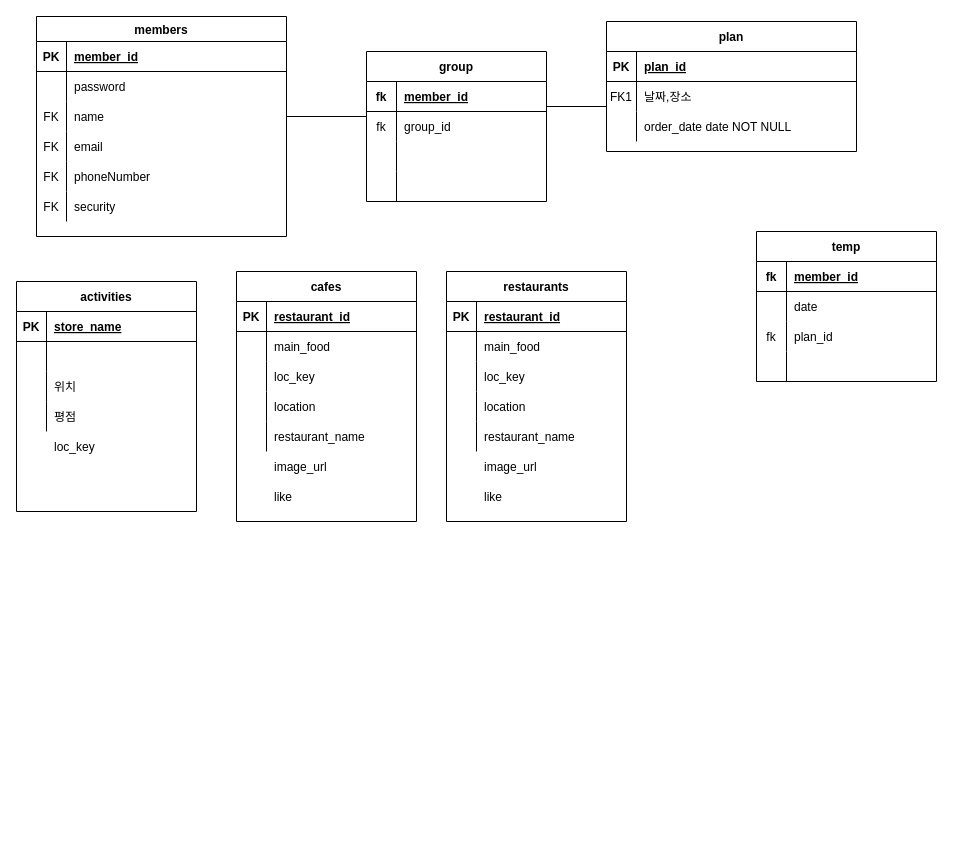
Above: Untitled Diagram.drawio in e-juhee/makeaplanWeb (draw.io), before the change. Source tidied: cells renumbered, new cells numbered last; positions are measured from the earlier drawing's top-left corner, leaving out a move shared by most shapes. Both pictures are drawn from the tidied source at 100%, with x=0, y=0 at pixel (16, 16).
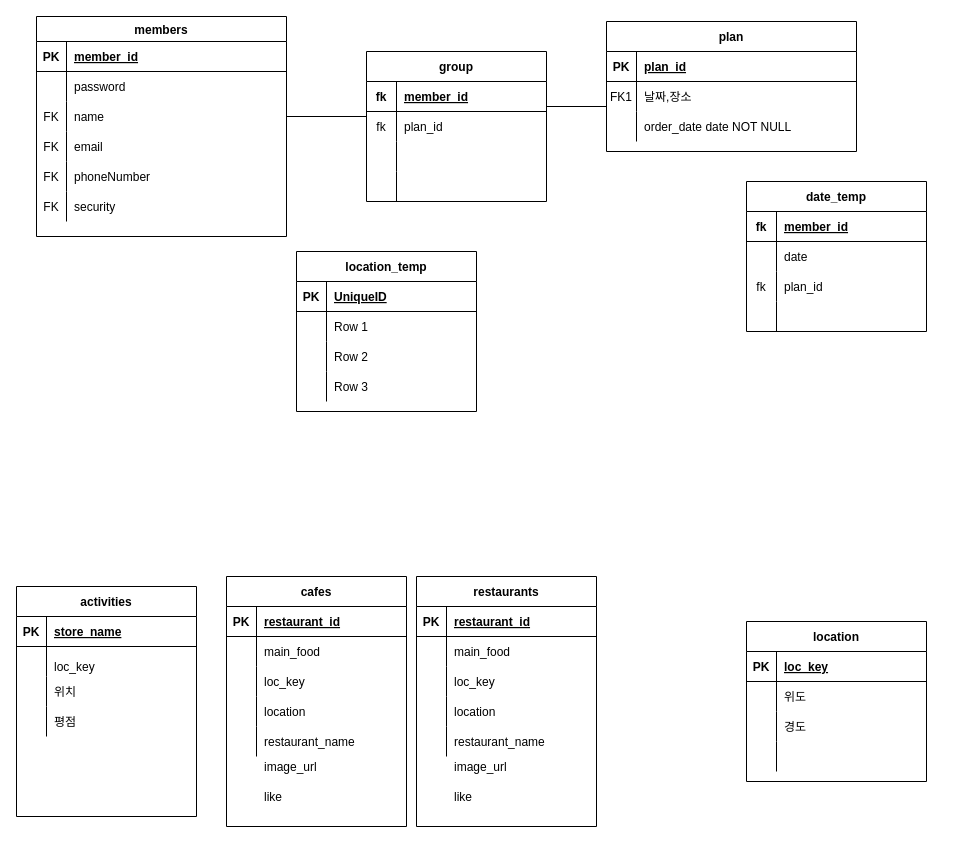
Above is the later version.

Unchanged cells that the change refers to:
```xml
<mxCell id="48" style="shape=partialRectangle;fillColor=none;top=0;left=0;bottom=0;right=0;" parent="44" vertex="1">
  <mxGeometry y="60" width="180" height="30" as="geometry" />
</mxCell>
```

Diff of the diagram source:
```diff
@@
-    <mxCell id="31" value="temp" style="shape=table;startSize=30;childLayout=tableLayout;rowLines=0;fontStyle=1;align=center;" parent="1" vertex="1">
-      <mxGeometry x="740" y="215" width="180" height="150" as="geometry" />
+    <mxCell id="31" value="date_temp" style="shape=table;startSize=30;childLayout=tableLayout;rowLines=0;fontStyle=1;align=center;" parent="1" vertex="1">
+      <mxGeometry x="730" y="165" width="180" height="150" as="geometry" />
     </mxCell>
@@
-    <mxCell id="50" value="group_id" style="shape=partialRectangle;fillColor=none;top=0;left=0;bottom=0;right=0;align=left;spacingLeft=6;overflow=hidden;" parent="48" vertex="1">
+    <mxCell id="50" value="plan_id" style="shape=partialRectangle;fillColor=none;top=0;left=0;bottom=0;right=0;align=left;spacingLeft=6;overflow=hidden;" parent="48" vertex="1">
       <mxGeometry x="30" width="150" height="30" as="geometry" />
     </mxCell>
@@
     <mxCell id="59" value="activities" style="shape=table;startSize=30;childLayout=tableLayout;rowLines=0;fontStyle=1;align=center;" parent="1" vertex="1">
-      <mxGeometry y="265" width="180" height="230" as="geometry" />
+      <mxGeometry y="570" width="180" height="230" as="geometry" />
     </mxCell>
@@
     <mxCell id="72" value="restaurants" style="shape=table;startSize=30;childLayout=tableLayout;rowLines=0;fontStyle=1;align=center;" parent="1" vertex="1">
-      <mxGeometry x="430" y="255" width="180" height="250" as="geometry" />
+      <mxGeometry x="400" y="560" width="180" height="250" as="geometry" />
     </mxCell>
@@
     <mxCell id="88" value="loc_key" style="shape=partialRectangle;fillColor=none;top=0;left=0;bottom=0;right=0;align=left;spacingLeft=6;overflow=hidden;" parent="1" vertex="1">
-      <mxGeometry x="30" y="415" width="150" height="30" as="geometry" />
+      <mxGeometry x="30" y="635" width="150" height="30" as="geometry" />
     </mxCell>
     <mxCell id="89" style="shape=partialRectangle;fillColor=none;top=0;left=0;bottom=0;right=0;" parent="1" vertex="1">
-      <mxGeometry x="430" y="465" width="180" height="30" as="geometry" />
+      <mxGeometry x="400" y="765" width="180" height="30" as="geometry" />
     </mxCell>
@@
     <mxCell id="92" style="shape=partialRectangle;fillColor=none;top=0;left=0;bottom=0;right=0;" parent="1" vertex="1">
-      <mxGeometry x="430" y="435" width="180" height="30" as="geometry" />
+      <mxGeometry x="400" y="735" width="180" height="30" as="geometry" />
     </mxCell>
@@
     <mxCell id="95" value="cafes" style="shape=table;startSize=30;childLayout=tableLayout;rowLines=0;fontStyle=1;align=center;" parent="1" vertex="1">
-      <mxGeometry x="220" y="255" width="180" height="250" as="geometry" />
+      <mxGeometry x="210" y="560" width="180" height="250" as="geometry" />
     </mxCell>
@@
     <mxCell id="111" style="shape=partialRectangle;fillColor=none;top=0;left=0;bottom=0;right=0;" parent="1" vertex="1">
-      <mxGeometry x="220" y="435" width="180" height="30" as="geometry" />
+      <mxGeometry x="210" y="735" width="180" height="30" as="geometry" />
     </mxCell>
@@
     <mxCell id="114" style="shape=partialRectangle;fillColor=none;top=0;left=0;bottom=0;right=0;" parent="1" vertex="1">
-      <mxGeometry x="220" y="465" width="180" height="30" as="geometry" />
+      <mxGeometry x="210" y="765" width="180" height="30" as="geometry" />
     </mxCell>
@@
+    <mxCell id="117" value="location" style="shape=table;startSize=30;childLayout=tableLayout;rowLines=0;fontStyle=1;align=center;" parent="1" vertex="1">
+      <mxGeometry x="730" y="605" width="180" height="160" as="geometry" />
+    </mxCell>
+    <mxCell id="118" style="shape=partialRectangle;fillColor=none;top=0;left=0;bottom=1;right=0;" parent="117" vertex="1">
+      <mxGeometry y="30" width="180" height="30" as="geometry" />
+    </mxCell>
+    <mxCell id="119" value="PK" style="shape=partialRectangle;fillColor=none;top=0;left=0;bottom=0;right=0;fontStyle=1;overflow=hidden;" parent="118" vertex="1">
+      <mxGeometry width="30" height="30" as="geometry" />
+    </mxCell>
+    <mxCell id="120" value="loc_key" style="shape=partialRectangle;fillColor=none;top=0;left=0;bottom=0;right=0;align=left;spacingLeft=6;fontStyle=5;overflow=hidden;" parent="118" vertex="1">
+      <mxGeometry x="30" width="150" height="30" as="geometry" />
+    </mxCell>
+    <mxCell id="121" style="shape=partialRectangle;fillColor=none;top=0;left=0;bottom=0;right=0;" parent="117" vertex="1">
+      <mxGeometry y="60" width="180" height="30" as="geometry" />
+    </mxCell>
+    <mxCell id="122" style="shape=partialRectangle;fillColor=none;top=0;left=0;bottom=0;right=0;overflow=hidden;" parent="121" vertex="1">
+      <mxGeometry width="30" height="30" as="geometry" />
+    </mxCell>
+    <mxCell id="123" value="위도" style="shape=partialRectangle;fillColor=none;top=0;left=0;bottom=0;right=0;align=left;spacingLeft=6;overflow=hidden;" parent="121" vertex="1">
+      <mxGeometry x="30" width="150" height="30" as="geometry" />
+    </mxCell>
+    <mxCell id="124" style="shape=partialRectangle;fillColor=none;top=0;left=0;bottom=0;right=0;" parent="117" vertex="1">
+      <mxGeometry y="90" width="180" height="30" as="geometry" />
+    </mxCell>
+    <mxCell id="125" style="shape=partialRectangle;fillColor=none;top=0;left=0;bottom=0;right=0;overflow=hidden;" parent="124" vertex="1">
+      <mxGeometry width="30" height="30" as="geometry" />
+    </mxCell>
+    <mxCell id="126" value="경도" style="shape=partialRectangle;fillColor=none;top=0;left=0;bottom=0;right=0;align=left;spacingLeft=6;overflow=hidden;" parent="124" vertex="1">
+      <mxGeometry x="30" width="150" height="30" as="geometry" />
+    </mxCell>
+    <mxCell id="127" style="shape=partialRectangle;fillColor=none;top=0;left=0;bottom=0;right=0;" parent="117" vertex="1">
+      <mxGeometry y="120" width="180" height="30" as="geometry" />
+    </mxCell>
+    <mxCell id="128" style="shape=partialRectangle;fillColor=none;top=0;left=0;bottom=0;right=0;overflow=hidden;" parent="127" vertex="1">
+      <mxGeometry width="30" height="30" as="geometry" />
+    </mxCell>
+    <mxCell id="129" style="shape=partialRectangle;fillColor=none;top=0;left=0;bottom=0;right=0;align=left;spacingLeft=6;overflow=hidden;" parent="127" vertex="1">
+      <mxGeometry x="30" width="150" height="30" as="geometry" />
+    </mxCell>
+    <mxCell id="130" value="location_temp" style="shape=table;startSize=30;childLayout=tableLayout;rowLines=0;fontStyle=1;align=center;" parent="1" vertex="1">
+      <mxGeometry x="280" y="235" width="180" height="160" as="geometry" />
+    </mxCell>
+    <mxCell id="131" style="shape=partialRectangle;fillColor=none;top=0;left=0;bottom=1;right=0;" parent="130" vertex="1">
+      <mxGeometry y="30" width="180" height="30" as="geometry" />
+    </mxCell>
+    <mxCell id="132" value="PK" style="shape=partialRectangle;fillColor=none;top=0;left=0;bottom=0;right=0;fontStyle=1;overflow=hidden;" parent="131" vertex="1">
+      <mxGeometry width="30" height="30" as="geometry" />
+    </mxCell>
+    <mxCell id="133" value="UniqueID" style="shape=partialRectangle;fillColor=none;top=0;left=0;bottom=0;right=0;align=left;spacingLeft=6;fontStyle=5;overflow=hidden;" parent="131" vertex="1">
+      <mxGeometry x="30" width="150" height="30" as="geometry" />
+    </mxCell>
+    <mxCell id="134" style="shape=partialRectangle;fillColor=none;top=0;left=0;bottom=0;right=0;" parent="130" vertex="1">
+      <mxGeometry y="60" width="180" height="30" as="geometry" />
+    </mxCell>
+    <mxCell id="135" style="shape=partialRectangle;fillColor=none;top=0;left=0;bottom=0;right=0;overflow=hidden;" parent="134" vertex="1">
+      <mxGeometry width="30" height="30" as="geometry" />
+    </mxCell>
+    <mxCell id="136" value="Row 1" style="shape=partialRectangle;fillColor=none;top=0;left=0;bottom=0;right=0;align=left;spacingLeft=6;overflow=hidden;" parent="134" vertex="1">
+      <mxGeometry x="30" width="150" height="30" as="geometry" />
+    </mxCell>
+    <mxCell id="137" style="shape=partialRectangle;fillColor=none;top=0;left=0;bottom=0;right=0;" parent="130" vertex="1">
+      <mxGeometry y="90" width="180" height="30" as="geometry" />
+    </mxCell>
+    <mxCell id="138" style="shape=partialRectangle;fillColor=none;top=0;left=0;bottom=0;right=0;overflow=hidden;" parent="137" vertex="1">
+      <mxGeometry width="30" height="30" as="geometry" />
+    </mxCell>
+    <mxCell id="139" value="Row 2" style="shape=partialRectangle;fillColor=none;top=0;left=0;bottom=0;right=0;align=left;spacingLeft=6;overflow=hidden;" parent="137" vertex="1">
+      <mxGeometry x="30" width="150" height="30" as="geometry" />
+    </mxCell>
+    <mxCell id="140" style="shape=partialRectangle;fillColor=none;top=0;left=0;bottom=0;right=0;" parent="130" vertex="1">
+      <mxGeometry y="120" width="180" height="30" as="geometry" />
+    </mxCell>
+    <mxCell id="141" style="shape=partialRectangle;fillColor=none;top=0;left=0;bottom=0;right=0;overflow=hidden;" parent="140" vertex="1">
+      <mxGeometry width="30" height="30" as="geometry" />
+    </mxCell>
+    <mxCell id="142" value="Row 3" style="shape=partialRectangle;fillColor=none;top=0;left=0;bottom=0;right=0;align=left;spacingLeft=6;overflow=hidden;" parent="140" vertex="1">
+      <mxGeometry x="30" width="150" height="30" as="geometry" />
+    </mxCell>
```
